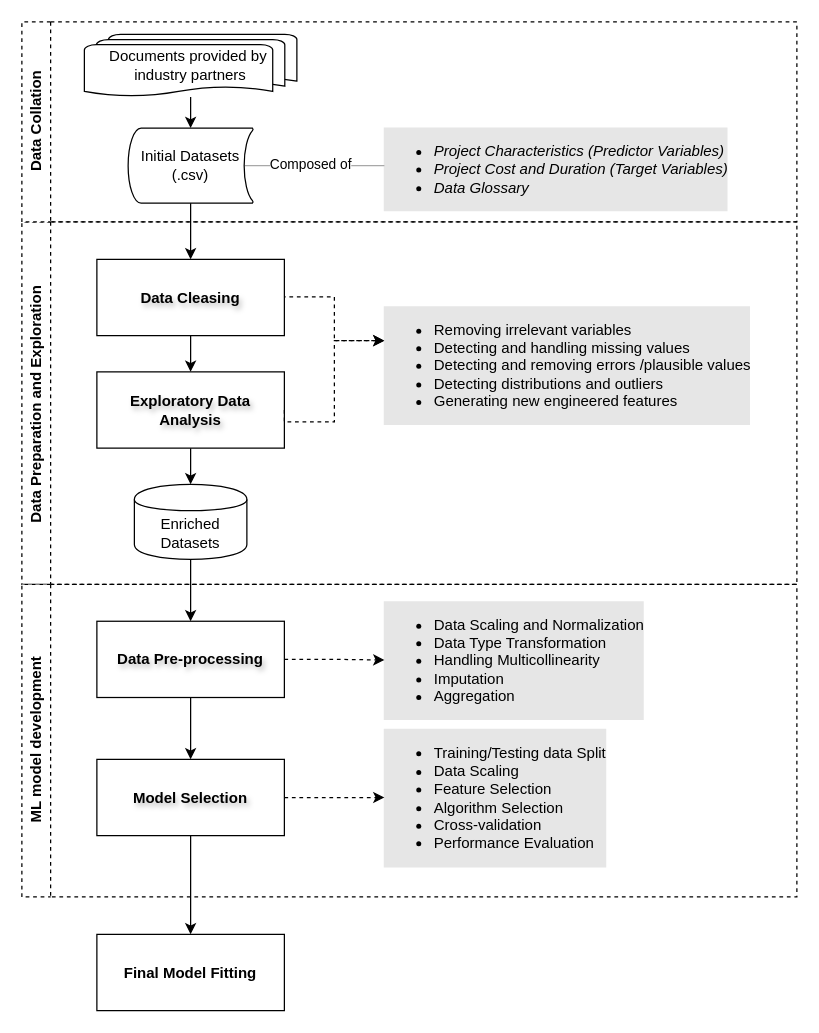
Earlier version of the draw.io diagram research framework.drawio (datou7119/Figures). Source tidied: cells renumbered, new cells numbered last; positions are measured from the earlier drawing's top-left corner, leaving out a move shared by most shapes. Both pictures are drawn from the tidied source at 125%, with x=0, y=0 at pixel (21, 21).
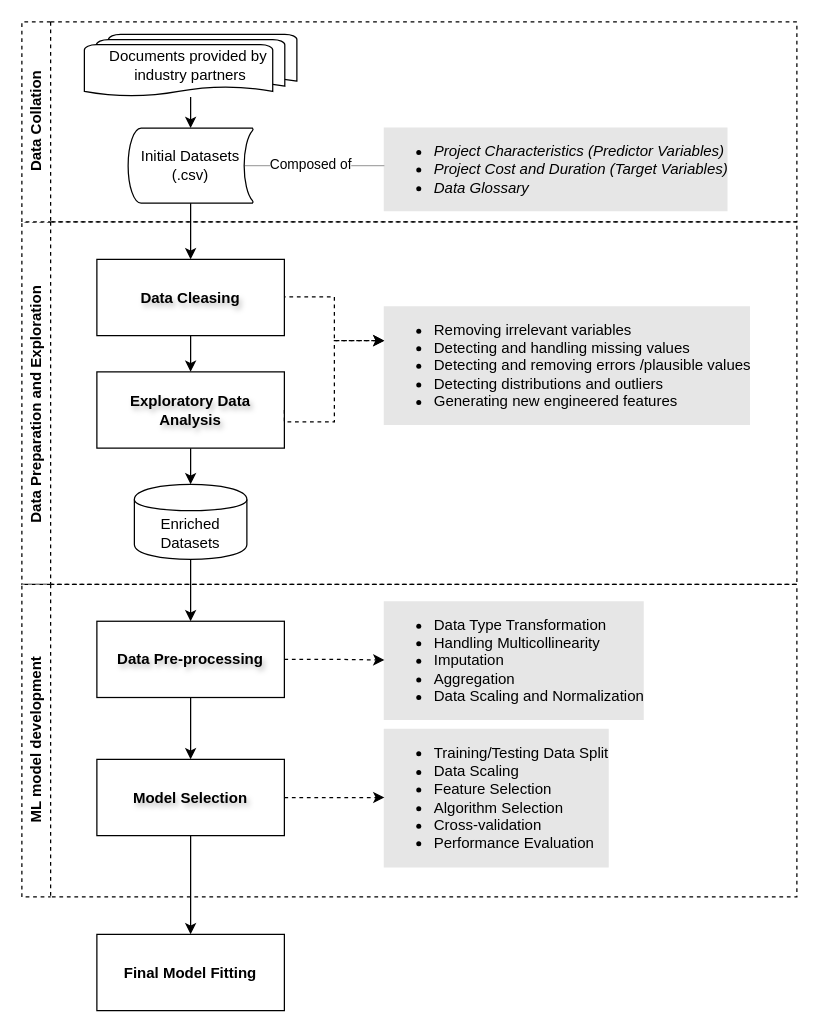
The same page after the edit.

The change refers to these unchanged cells:
```xml
<mxCell id="20" value="&lt;span style=&quot;text-wrap: nowrap;&quot;&gt;ML model development&lt;/span&gt;" style="swimlane;horizontal=0;whiteSpace=wrap;html=1;dashed=1;" parent="1" vertex="1">
  <mxGeometry y="450" width="620" height="250" as="geometry" />
</mxCell>
```

What changed in the source:
```diff
@@
-    <mxCell id="22" value="&lt;ul style=&quot;font-size: 12px;&quot;&gt;&lt;li style=&quot;font-size: 12px;&quot;&gt;&lt;span style=&quot;font-size: 12px;&quot;&gt;Data Scaling and Normalization&lt;/span&gt;&lt;/li&gt;&lt;li style=&quot;font-size: 12px;&quot;&gt;&lt;span style=&quot;font-size: 12px;&quot;&gt;Data Type Transformation&amp;nbsp;&lt;/span&gt;&lt;/li&gt;&lt;li style=&quot;font-size: 12px;&quot;&gt;Handling Multicollinearity&lt;/li&gt;&lt;li style=&quot;font-size: 12px;&quot;&gt;Imputation&lt;/li&gt;&lt;li style=&quot;font-size: 12px;&quot;&gt;Aggregation&lt;/li&gt;&lt;/ul&gt;" style="text;html=1;align=left;verticalAlign=middle;points=[];strokeColor=none;fillColor=none;labelBackgroundColor=#E6E6E6;spacingRight=2;spacingLeft=0;fontSize=12;spacing=0;" parent="20" vertex="1">
+    <mxCell id="22" value="&lt;ul style=&quot;font-size: 12px;&quot;&gt;&lt;li style=&quot;font-size: 12px;&quot;&gt;&lt;span style=&quot;font-size: 12px;&quot;&gt;Data Type Transformation&amp;nbsp;&lt;/span&gt;&lt;/li&gt;&lt;li style=&quot;font-size: 12px;&quot;&gt;Handling Multicollinearity&lt;/li&gt;&lt;li style=&quot;font-size: 12px;&quot;&gt;Imputation&lt;/li&gt;&lt;li style=&quot;font-size: 12px;&quot;&gt;Aggregation&lt;/li&gt;&lt;li&gt;Data Scaling and Normalization&lt;/li&gt;&lt;/ul&gt;" style="text;html=1;align=left;verticalAlign=middle;points=[];strokeColor=none;fillColor=none;labelBackgroundColor=#E6E6E6;spacingRight=2;spacingLeft=0;fontSize=12;spacing=0;" parent="20" vertex="1">
       <mxGeometry x="290" y="5.5" width="230" height="110" as="geometry" />
     </mxCell>
@@
-    <mxCell id="26" value="&lt;ul style=&quot;font-size: 12px;&quot;&gt;&lt;li style=&quot;font-size: 12px;&quot;&gt;&lt;span style=&quot;font-size: 12px;&quot;&gt;Training/Testing data Split&lt;/span&gt;&lt;/li&gt;&lt;li style=&quot;font-size: 12px;&quot;&gt;&lt;span style=&quot;font-size: 12px;&quot;&gt;Data Scaling&amp;nbsp;&lt;/span&gt;&lt;/li&gt;&lt;li style=&quot;font-size: 12px;&quot;&gt;Feature Selection&lt;/li&gt;&lt;li style=&quot;font-size: 12px;&quot;&gt;Algorithm Selection&lt;/li&gt;&lt;li style=&quot;font-size: 12px;&quot;&gt;Cross-validation&lt;/li&gt;&lt;li style=&quot;font-size: 12px;&quot;&gt;Performance Evaluation&lt;/li&gt;&lt;/ul&gt;" style="text;html=1;align=left;verticalAlign=middle;points=[];strokeColor=none;fillColor=none;labelBackgroundColor=#E6E6E6;spacingRight=2;spacingLeft=0;fontSize=12;spacing=0;" parent="20" vertex="1">
-      <mxGeometry x="290" y="115.5" width="200" height="110" as="geometry" />
+    <mxCell id="26" value="&lt;ul style=&quot;font-size: 12px;&quot;&gt;&lt;li style=&quot;font-size: 12px;&quot;&gt;&lt;span style=&quot;font-size: 12px;&quot;&gt;Training/Testing Data Split&lt;/span&gt;&lt;/li&gt;&lt;li style=&quot;font-size: 12px;&quot;&gt;&lt;span style=&quot;font-size: 12px;&quot;&gt;Data Scaling&amp;nbsp;&lt;/span&gt;&lt;/li&gt;&lt;li style=&quot;font-size: 12px;&quot;&gt;Feature Selection&lt;/li&gt;&lt;li style=&quot;font-size: 12px;&quot;&gt;Algorithm Selection&lt;/li&gt;&lt;li style=&quot;font-size: 12px;&quot;&gt;Cross-validation&lt;/li&gt;&lt;li style=&quot;font-size: 12px;&quot;&gt;Performance Evaluation&lt;/li&gt;&lt;/ul&gt;" style="text;html=1;align=left;verticalAlign=middle;points=[];strokeColor=none;fillColor=none;labelBackgroundColor=#E6E6E6;spacingRight=2;spacingLeft=0;fontSize=12;spacing=0;" parent="20" vertex="1">
+      <mxGeometry x="290" y="110.5" width="200" height="120" as="geometry" />
     </mxCell>
```
